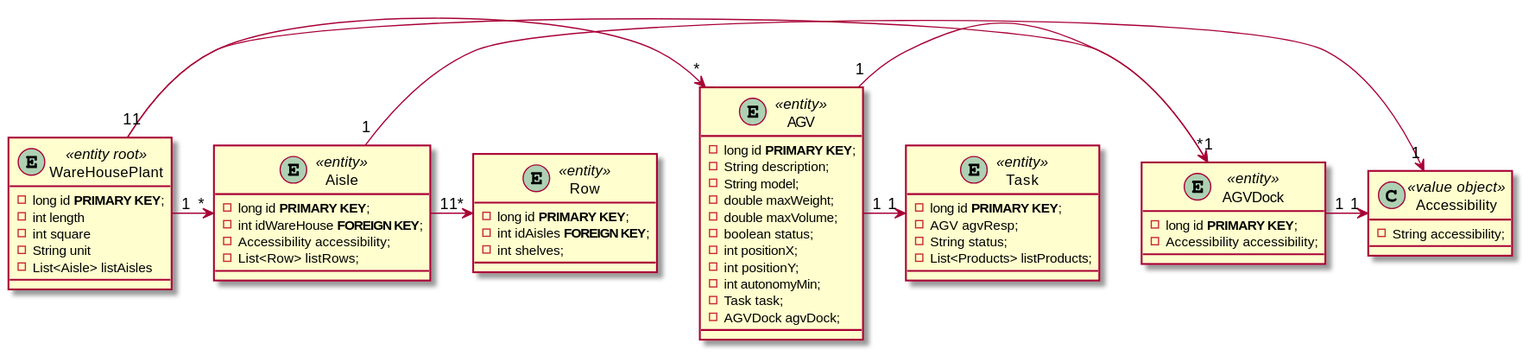
Earlier version of the PlantUML export eapli.base/docs/1190811/US2001/US2001_CD.svg (LourencoMelo/ISEP-EAPLI).
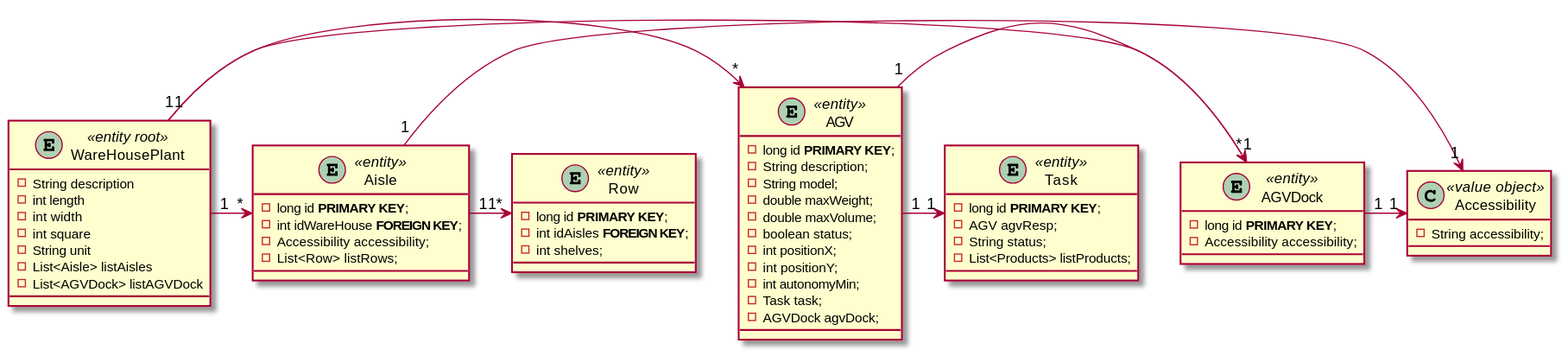
After the change.

The edit, as a diff of the source:
```diff
@@ -1,11 +1,13 @@
 @startuml
 
 Entity WareHousePlant<<entity root>> {
- -long id **PRIMARY KEY**;
+ -String description
  -int length
+ -int width
  -int square
  -String unit
  -List<Aisle> listAisles
+ -List<AGVDock> listAGVDock
 }
 
 Entity Aisle<<entity>>{
```
